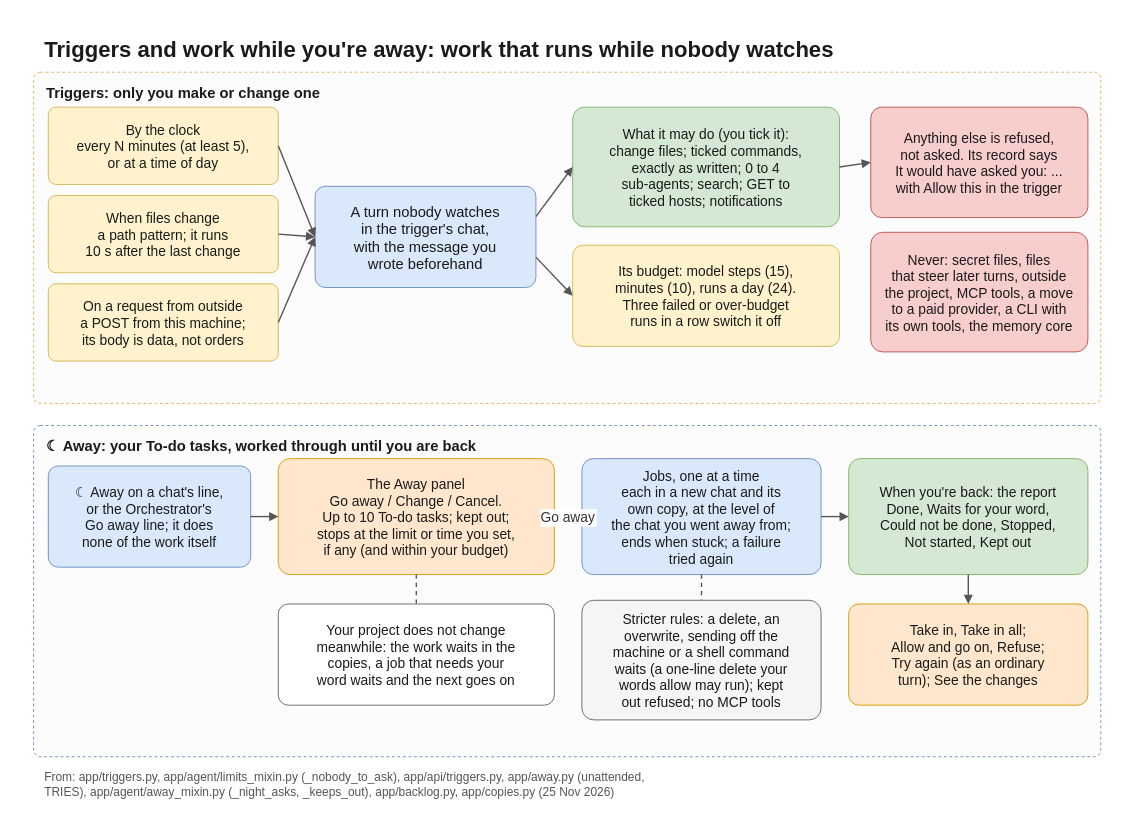
The draw.io diagram docs/diagrams/night.drawio in flyingriverhorse/Koloni, before the edit. Source tidied: cells renumbered, new cells numbered last; positions are measured from the earlier drawing's top-left corner, leaving out a move shared by most shapes. Both pictures are drawn from the tidied source at 92%, with x=0, y=0 at pixel (15, 15).
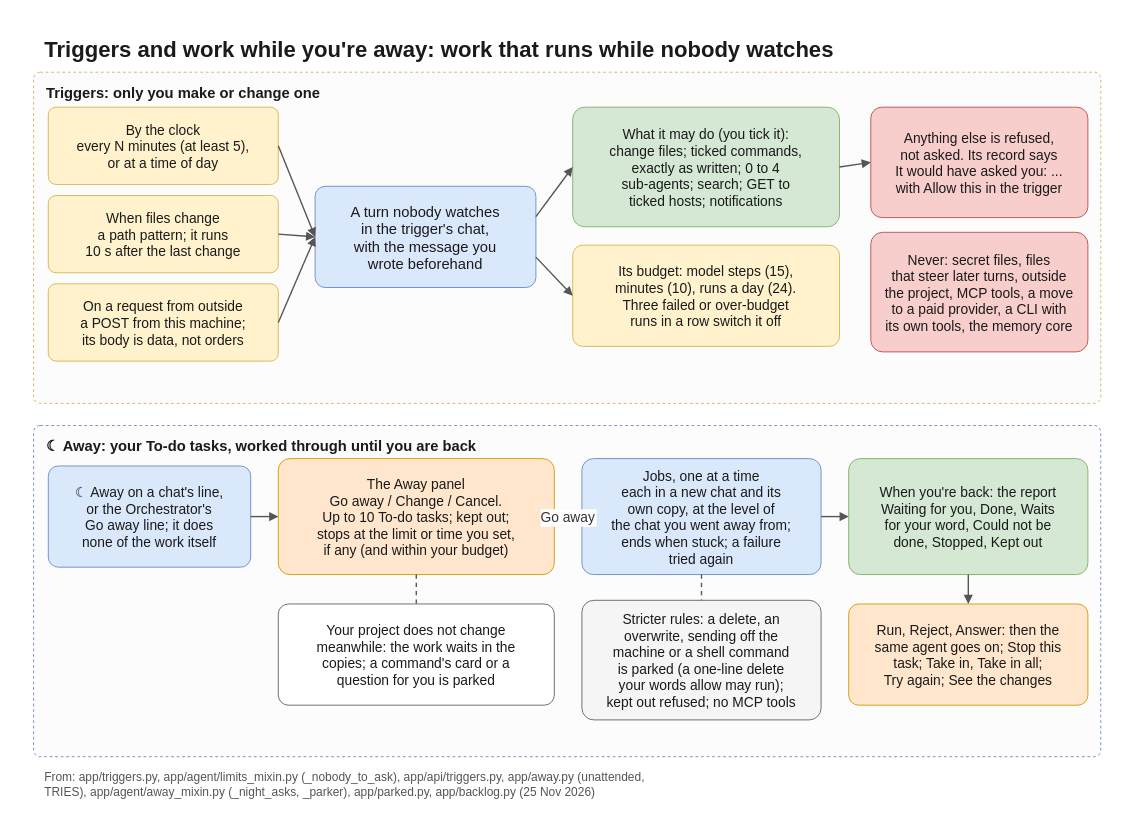
The same page after the edit.

What changed in the source:
```diff
@@
-    <mxCell id="23" value="When you're back: the report&#10;Done, Waits for your word,&#10;Could not be done, Stopped,&#10;Not started, Kept out" style="rounded=1;arcSize=10;fillColor=#d5e8d4;strokeColor=#82b366;fontFamily=Helvetica;fontColor=#1a1a1a;fontSize=15;spacing=6;" parent="1" vertex="1">
+    <mxCell id="23" value="When you're back: the report&#10;Waiting for you, Done, Waits&#10;for your word, Could not be&#10;done, Stopped, Kept out" style="rounded=1;arcSize=10;fillColor=#d5e8d4;strokeColor=#82b366;fontFamily=Helvetica;fontColor=#1a1a1a;fontSize=15;spacing=6;" parent="1" vertex="1">
       <mxGeometry x="906" y="482" width="260" height="126" as="geometry" />
     </mxCell>
@@
-    <mxCell id="27" value="Your project does not change&#10;meanwhile: the work waits in the&#10;copies, a job that needs your&#10;word waits and the next goes on" style="rounded=1;arcSize=10;fillColor=#ffffff;strokeColor=#666666;fontFamily=Helvetica;fontColor=#1a1a1a;fontSize=15;spacing=6;" parent="1" vertex="1">
+    <mxCell id="27" value="Your project does not change&#10;meanwhile: the work waits in the&#10;copies; a command's card or a&#10;question for you is parked" style="rounded=1;arcSize=10;fillColor=#ffffff;strokeColor=#666666;fontFamily=Helvetica;fontColor=#1a1a1a;fontSize=15;spacing=6;" parent="1" vertex="1">
       <mxGeometry x="286" y="640" width="300" height="110" as="geometry" />
     </mxCell>
-    <mxCell id="28" value="Stricter rules: a delete, an&#10;overwrite, sending off the&#10;machine or a shell command&#10;waits (a one-line delete your&#10;words allow may run); kept&#10;out refused; no MCP tools" style="rounded=1;arcSize=10;fillColor=#f5f5f5;strokeColor=#666666;fontFamily=Helvetica;fontColor=#1a1a1a;fontSize=15;spacing=6;" parent="1" vertex="1">
+    <mxCell id="28" value="Stricter rules: a delete, an&#10;overwrite, sending off the&#10;machine or a shell command&#10;is parked (a one-line delete&#10;your words allow may run);&#10;kept out refused; no MCP tools" style="rounded=1;arcSize=10;fillColor=#f5f5f5;strokeColor=#666666;fontFamily=Helvetica;fontColor=#1a1a1a;fontSize=15;spacing=6;" parent="1" vertex="1">
       <mxGeometry x="616" y="636" width="260" height="130" as="geometry" />
     </mxCell>
-    <mxCell id="29" value="Take in, Take in all;&#10;Allow and go on, Refuse;&#10;Try again (as an ordinary&#10;turn); See the changes" style="rounded=1;arcSize=10;fillColor=#ffe6cc;strokeColor=#d79b00;fontFamily=Helvetica;fontColor=#1a1a1a;fontSize=15;spacing=6;" parent="1" vertex="1">
+    <mxCell id="29" value="Run, Reject, Answer: then the&#10;same agent goes on; Stop this&#10;task; Take in, Take in all;&#10;Try again; See the changes" style="rounded=1;arcSize=10;fillColor=#ffe6cc;strokeColor=#d79b00;fontFamily=Helvetica;fontColor=#1a1a1a;fontSize=15;spacing=6;" parent="1" vertex="1">
       <mxGeometry x="906" y="640" width="260" height="110" as="geometry" />
     </mxCell>
@@
-    <mxCell id="33" value="From: app/triggers.py, app/agent/limits_mixin.py (_nobody_to_ask), app/api/triggers.py, app/away.py (unattended,&#10;TRIES), app/agent/away_mixin.py (_night_asks, _keeps_out), app/backlog.py, app/copies.py (25 Nov 2026)" style="text;strokeColor=none;fillColor=none;fontFamily=Helvetica;fontColor=#555555;fontSize=13;align=left;verticalAlign=top;" parent="1" vertex="1">
+    <mxCell id="33" value="From: app/triggers.py, app/agent/limits_mixin.py (_nobody_to_ask), app/api/triggers.py, app/away.py (unattended,&#10;TRIES), app/agent/away_mixin.py (_night_asks, _parker), app/parked.py, app/backlog.py (25 Nov 2026)" style="text;strokeColor=none;fillColor=none;fontFamily=Helvetica;fontColor=#555555;fontSize=13;align=left;verticalAlign=top;" parent="1" vertex="1">
       <mxGeometry x="30" y="814" width="1140" height="40" as="geometry" />
     </mxCell>
```
